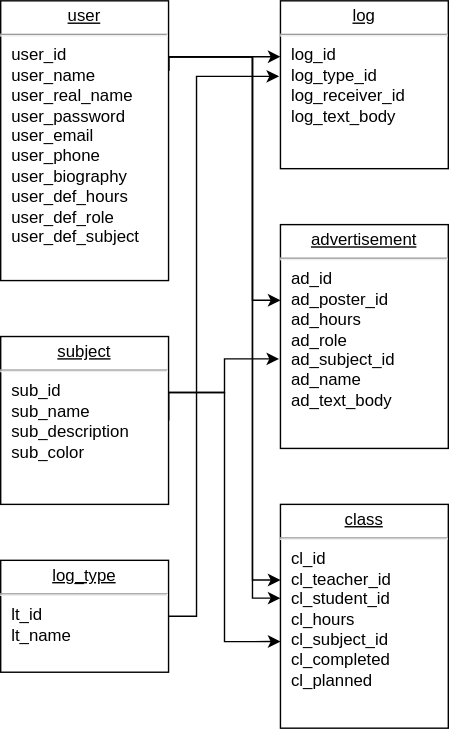
The draw.io diagram Documentation/Project Architect Files/DB.svg in Debelyi-Illia/APTeam, before a commit. Source tidied: cells renumbered, new cells last; positions are measured from the earlier drawing's top-left corner, leaving out a move shared by most shapes.
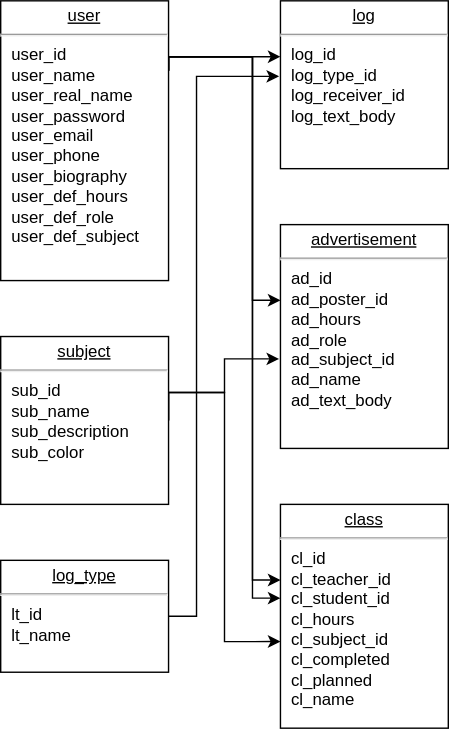
The same diagram one commit later.

Change to the diagram source:
```diff
@@ -64,7 +64,7 @@
     <mxCell id="11" value="&lt;p style=&quot;margin:0px;margin-top:4px;text-align:center;text-decoration:underline;&quot;&gt;advertisement&lt;br&gt;&lt;/p&gt;&lt;hr&gt;&lt;p style=&quot;margin:0px;margin-left:8px;&quot;&gt;ad_id&lt;/p&gt;&lt;p style=&quot;margin:0px;margin-left:8px;&quot;&gt;ad_poster_id&lt;/p&gt;&lt;p style=&quot;margin:0px;margin-left:8px;&quot;&gt;ad_hours&lt;/p&gt;&lt;p style=&quot;margin:0px;margin-left:8px;&quot;&gt;ad_role&lt;/p&gt;&lt;p style=&quot;margin:0px;margin-left:8px;&quot;&gt;ad_subject_id&lt;/p&gt;&lt;p style=&quot;margin:0px;margin-left:8px;&quot;&gt;ad_name&lt;/p&gt;&lt;p style=&quot;margin:0px;margin-left:8px;&quot;&gt;ad_text_body&lt;/p&gt;" style="verticalAlign=top;align=left;overflow=fill;fontSize=12;fontFamily=Helvetica;html=1;whiteSpace=wrap;" parent="1" vertex="1">
       <mxGeometry x="200" y="160" width="120" height="160" as="geometry" />
     </mxCell>
-    <mxCell id="12" value="&lt;p style=&quot;margin:0px;margin-top:4px;text-align:center;text-decoration:underline;&quot;&gt;class&lt;br&gt;&lt;/p&gt;&lt;hr&gt;&lt;p style=&quot;margin:0px;margin-left:8px;&quot;&gt;cl_id&lt;/p&gt;&lt;p style=&quot;margin:0px;margin-left:8px;&quot;&gt;cl_teacher_id&lt;/p&gt;&lt;p style=&quot;margin:0px;margin-left:8px;&quot;&gt;cl_student_id&lt;/p&gt;&lt;p style=&quot;margin:0px;margin-left:8px;&quot;&gt;cl_hours&lt;/p&gt;&lt;p style=&quot;margin:0px;margin-left:8px;&quot;&gt;cl_subject_id&lt;/p&gt;&lt;p style=&quot;margin:0px;margin-left:8px;&quot;&gt;cl_completed&lt;/p&gt;&lt;p style=&quot;margin:0px;margin-left:8px;&quot;&gt;cl_planned&lt;/p&gt;" style="verticalAlign=top;align=left;overflow=fill;fontSize=12;fontFamily=Helvetica;html=1;whiteSpace=wrap;" parent="1" vertex="1">
+    <mxCell id="12" value="&lt;p style=&quot;margin:0px;margin-top:4px;text-align:center;text-decoration:underline;&quot;&gt;class&lt;br&gt;&lt;/p&gt;&lt;hr&gt;&lt;p style=&quot;margin:0px;margin-left:8px;&quot;&gt;cl_id&lt;/p&gt;&lt;p style=&quot;margin:0px;margin-left:8px;&quot;&gt;cl_teacher_id&lt;/p&gt;&lt;p style=&quot;margin:0px;margin-left:8px;&quot;&gt;cl_student_id&lt;/p&gt;&lt;p style=&quot;margin:0px;margin-left:8px;&quot;&gt;cl_hours&lt;/p&gt;&lt;p style=&quot;margin:0px;margin-left:8px;&quot;&gt;cl_subject_id&lt;/p&gt;&lt;p style=&quot;margin:0px;margin-left:8px;&quot;&gt;cl_completed&lt;/p&gt;&lt;p style=&quot;margin:0px;margin-left:8px;&quot;&gt;cl_planned&lt;/p&gt;&lt;p style=&quot;margin:0px;margin-left:8px;&quot;&gt;cl_name&lt;/p&gt;" style="verticalAlign=top;align=left;overflow=fill;fontSize=12;fontFamily=Helvetica;html=1;whiteSpace=wrap;" parent="1" vertex="1">
       <mxGeometry x="200" y="360" width="120" height="160" as="geometry" />
     </mxCell>
     <mxCell id="13" value="&lt;p style=&quot;margin:0px;margin-top:4px;text-align:center;text-decoration:underline;&quot;&gt;log_type&lt;br&gt;&lt;/p&gt;&lt;hr&gt;&lt;p style=&quot;margin:0px;margin-left:8px;&quot;&gt;lt_id&lt;/p&gt;&lt;p style=&quot;margin:0px;margin-left:8px;&quot;&gt;lt_name&lt;/p&gt;" style="verticalAlign=top;align=left;overflow=fill;fontSize=12;fontFamily=Helvetica;html=1;whiteSpace=wrap;" parent="1" vertex="1">
```
